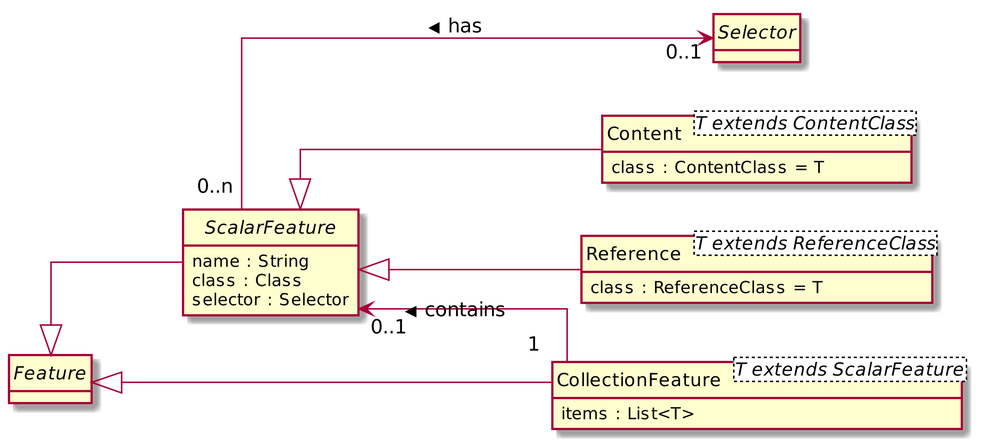
Above: src/main/resources/concept/features.png in TheGreyKoala/master-thesis (PlantUML), before the change.
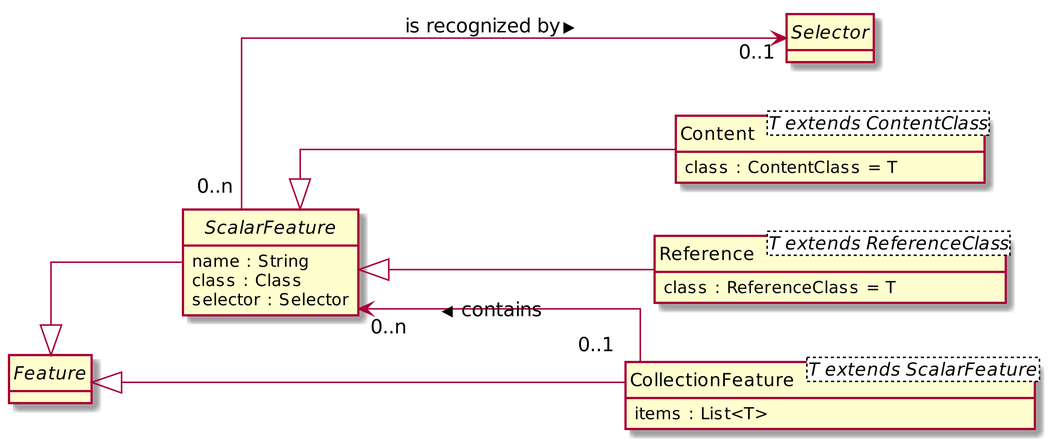
Later version of the same file.

Commit message:
Formulate classes, features, selectors

What changed in the source:
```diff
@@ -31,10 +31,10 @@
     items : List<T>
 }
 
-ScalarFeature "0..1" <-- "1" CollectionFeature : < contains
+ScalarFeature "0..n" <-- "0..1" CollectionFeature : < contains
 Feature <|-- CollectionFeature
 Feature <|-- ScalarFeature
 ScalarFeature <|-- Content
 ScalarFeature <|-- Reference
-ScalarFeature "0..n" --> "0..1" Selector : < has
+ScalarFeature "0..n" --> "0..1" Selector : > is recognized by
 @enduml
```
